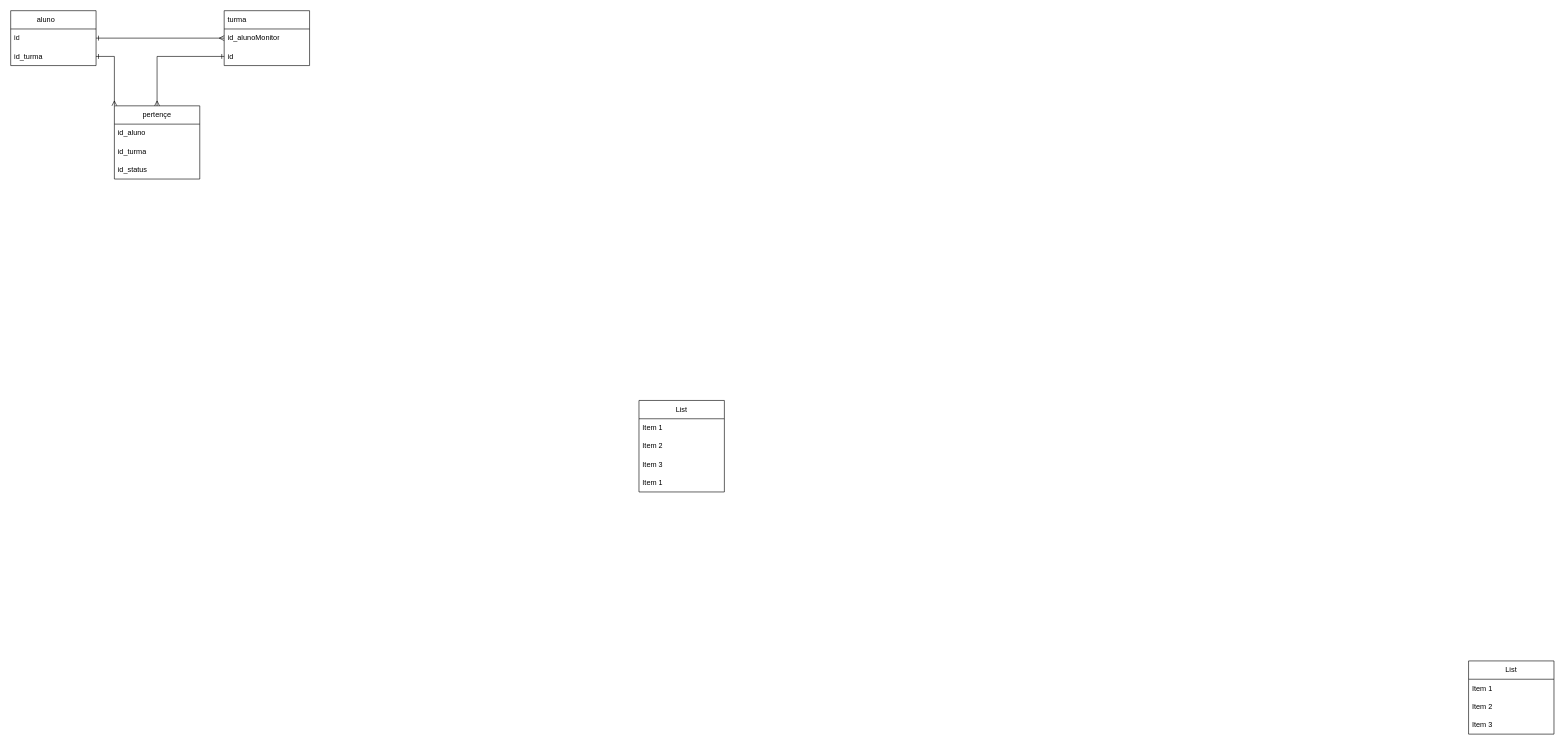
Earlier version of the draw.io diagram Ex1.drawio (Larissa022/BancoDeDados). Source tidied: cells renumbered, new cells numbered last; positions are measured from the earlier drawing's top-left corner, leaving out a move shared by most shapes. Both pictures are drawn from the tidied source at 61%, with x=0, y=0 at pixel (10, 10).
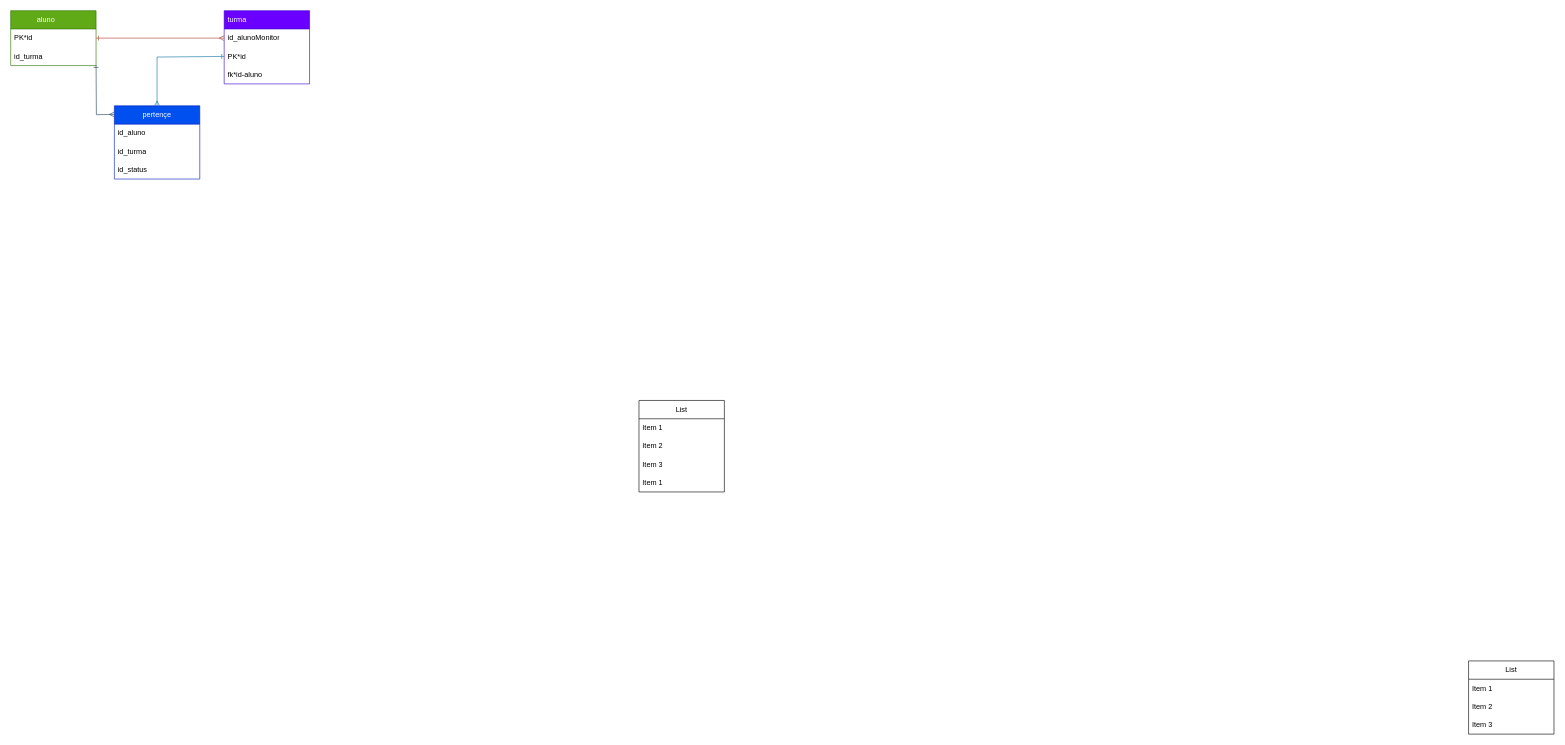
Above is the later version.

Unchanged cells that the change refers to:
```xml
<mxCell id="14" value="id_turma" style="text;strokeColor=none;fillColor=none;align=left;verticalAlign=middle;spacingLeft=4;spacingRight=4;overflow=hidden;points=[[0,0.5],[1,0.5]];portConstraint=eastwest;whiteSpace=wrap;html=1;" parent="12" vertex="1">
  <mxGeometry y="60" width="140" height="30" as="geometry" />
</mxCell>
<mxCell id="20" value="id_alunoMonitor" style="text;strokeColor=none;fillColor=none;align=left;verticalAlign=middle;spacingLeft=4;spacingRight=4;overflow=hidden;points=[[0,0.5],[1,0.5]];portConstraint=eastwest;whiteSpace=wrap;html=1;fontSize=12;fontFamily=Helvetica;fontColor=default;" parent="19" vertex="1">
  <mxGeometry y="30" width="140" height="30" as="geometry" />
</mxCell>
```

What changed in the source:
```diff
@@
-    <mxCell id="2" style="edgeStyle=orthogonalEdgeStyle;rounded=0;jettySize=auto;html=1;exitX=0;exitY=0;exitDx=0;exitDy=0;fontFamily=Helvetica;fontSize=12;fontColor=default;endArrow=ERone;endFill=0;startArrow=ERmany;startFill=0;" parent="1" edge="1" source="3" target="14">
-      <mxGeometry relative="1" as="geometry" />
+    <mxCell id="2" style="edgeStyle=orthogonalEdgeStyle;rounded=0;orthogonalLoop=1;jettySize=auto;html=1;exitX=0;exitY=0;exitDx=0;exitDy=0;fontFamily=Helvetica;fontSize=12;fontColor=default;endArrow=ERone;endFill=0;startArrow=ERmany;startFill=0;fillColor=#bac8d3;strokeColor=#23445d;" parent="1" edge="1">
+      <mxGeometry relative="1" as="geometry">
+        <mxPoint x="170" y="170" as="sourcePoint" />
+        <mxPoint x="140" y="89" as="targetPoint" />
+      </mxGeometry>
     </mxCell>
-    <mxCell id="3" value="pertençe" style="swimlane;fontStyle=0;horizontal=1;startSize=30;whiteSpace=wrap;html=1;" parent="1" vertex="1">
+    <mxCell id="3" value="pertençe" style="swimlane;fontStyle=0;horizontal=1;startSize=30;whiteSpace=wrap;html=1;fillColor=#0050ef;strokeColor=#001DBC;fontColor=#ffffff;" parent="1" vertex="1">
       <mxGeometry x="170" y="156" width="140" height="120" as="geometry" />
     </mxCell>
@@
-    <mxCell id="12" value="aluno&lt;span style=&quot;white-space: pre;&quot;&gt;&#9;&lt;/span&gt;" style="swimlane;fontStyle=0;horizontal=1;startSize=30;whiteSpace=wrap;html=1;" parent="1" vertex="1">
+    <mxCell id="12" value="aluno&lt;span style=&quot;white-space: pre;&quot;&gt;&#9;&lt;/span&gt;" style="swimlane;fontStyle=0;horizontal=1;startSize=30;whiteSpace=wrap;html=1;fillColor=#60a917;strokeColor=#2D7600;fontColor=#ffffff;" parent="1" vertex="1">
       <mxGeometry width="140" height="90" as="geometry" />
     </mxCell>
-    <mxCell id="13" value="id" style="text;strokeColor=none;fillColor=none;align=left;verticalAlign=middle;spacingLeft=4;spacingRight=4;overflow=hidden;points=[[0,0.5],[1,0.5]];portConstraint=eastwest;whiteSpace=wrap;html=1;" parent="12" vertex="1">
+    <mxCell id="13" value="PK*id" style="text;strokeColor=none;fillColor=none;align=left;verticalAlign=middle;spacingLeft=4;spacingRight=4;overflow=hidden;points=[[0,0.5],[1,0.5]];portConstraint=eastwest;whiteSpace=wrap;html=1;" parent="12" vertex="1">
       <mxGeometry y="30" width="140" height="30" as="geometry" />
     </mxCell>
@@
-    <mxCell id="19" value="turma" style="swimlane;fontStyle=0;horizontal=1;startSize=30;whiteSpace=wrap;html=1;align=left;verticalAlign=middle;spacingLeft=4;spacingRight=4;fontFamily=Helvetica;fontSize=12;fontColor=default;fillColor=none;gradientColor=none;" parent="1" vertex="1">
-      <mxGeometry x="350" width="140" height="90" as="geometry" />
+    <mxCell id="19" value="turma" style="swimlane;fontStyle=0;horizontal=1;startSize=30;whiteSpace=wrap;html=1;align=left;verticalAlign=middle;spacingLeft=4;spacingRight=4;fontFamily=Helvetica;fontSize=12;fillColor=#6a00ff;strokeColor=#3700CC;fontColor=#ffffff;" parent="1" vertex="1">
+      <mxGeometry x="350" width="140" height="120" as="geometry" />
     </mxCell>
@@
-    <mxCell id="21" value="id" style="text;strokeColor=none;fillColor=none;align=left;verticalAlign=middle;spacingLeft=4;spacingRight=4;overflow=hidden;points=[[0,0.5],[1,0.5]];portConstraint=eastwest;whiteSpace=wrap;html=1;fontSize=12;fontFamily=Helvetica;fontColor=default;" parent="19" vertex="1">
+    <mxCell id="21" value="PK*id" style="text;strokeColor=none;fillColor=none;align=left;verticalAlign=middle;spacingLeft=4;spacingRight=4;overflow=hidden;points=[[0,0.5],[1,0.5]];portConstraint=eastwest;whiteSpace=wrap;html=1;fontSize=12;fontFamily=Helvetica;fontColor=default;" parent="19" vertex="1">
       <mxGeometry y="60" width="140" height="30" as="geometry" />
     </mxCell>
+    <mxCell id="24" value="fk*id-aluno" style="text;strokeColor=none;fillColor=none;align=left;verticalAlign=middle;spacingLeft=4;spacingRight=4;overflow=hidden;whiteSpace=wrap;html=1;fontSize=12;fontFamily=Helvetica;fontColor=default;" parent="19" vertex="1">
+      <mxGeometry y="90" width="140" height="30" as="geometry" />
+    </mxCell>
-    <mxCell id="22" style="edgeStyle=orthogonalEdgeStyle;rounded=0;jettySize=auto;html=1;exitX=1;exitY=0.5;exitDx=0;exitDy=0;entryX=0;entryY=0.5;entryDx=0;entryDy=0;fontFamily=Helvetica;fontSize=12;fontColor=default;endArrow=ERmany;endFill=0;startArrow=ERone;startFill=0;" parent="1" edge="1" source="13" target="20">
+    <mxCell id="22" style="edgeStyle=orthogonalEdgeStyle;rounded=0;jettySize=auto;html=1;exitX=1;exitY=0.5;exitDx=0;exitDy=0;entryX=0;entryY=0.5;entryDx=0;entryDy=0;fontFamily=Helvetica;fontSize=12;fontColor=default;endArrow=ERmany;endFill=0;startArrow=ERone;startFill=0;fillColor=#fad9d5;strokeColor=#ae4132;" parent="1" edge="1" source="13" target="20">
       <mxGeometry relative="1" as="geometry" />
     </mxCell>
-    <mxCell id="23" style="edgeStyle=orthogonalEdgeStyle;rounded=0;jettySize=auto;html=1;exitX=0;exitY=0.5;exitDx=0;exitDy=0;fontFamily=Helvetica;fontSize=12;fontColor=default;endArrow=ERmany;endFill=0;startArrow=ERone;startFill=0;" parent="1" edge="1" source="21" target="3">
-      <mxGeometry relative="1" as="geometry" />
+    <mxCell id="23" style="edgeStyle=orthogonalEdgeStyle;rounded=0;jettySize=auto;html=1;exitX=0;exitY=0.5;exitDx=0;exitDy=0;fontFamily=Helvetica;fontSize=12;fontColor=default;endArrow=ERmany;endFill=0;startArrow=ERone;startFill=0;fillColor=#b1ddf0;strokeColor=#10739e;" parent="1" edge="1" source="21" target="3">
+      <mxGeometry relative="1" as="geometry">
+        <Array as="points">
+          <mxPoint x="350" y="76" />
+          <mxPoint x="240" y="76" />
+        </Array>
+      </mxGeometry>
     </mxCell>
```
